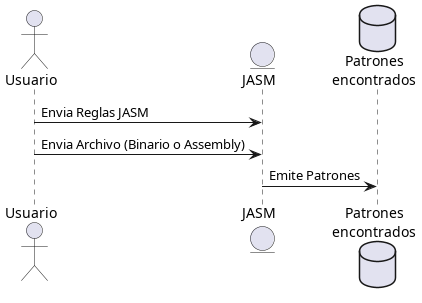
The PlantUML diagram design/communication_diagram/diagrama_comunicacion.png in JukMR/JASM, before a commit.
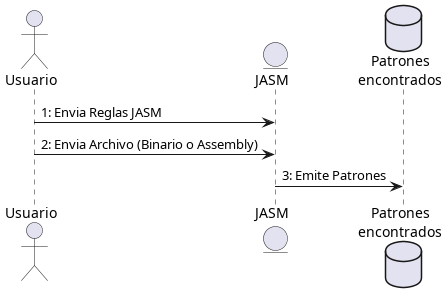
After the commit.

Commit message:
Add numbers to diagram to make it a communication one

The edit, as a diff of the source:
```diff
@@ -1,12 +1,12 @@
-@startuml comunicacion
+@startuml diagrama_comunicacion
 
 actor "Usuario" as user
 
 entity "JASM" as jasm
 database "Patrones\nencontrados" as patterns
 
-user -> jasm : Envia Reglas JASM
-user -> jasm : Envia Archivo (Binario o Assembly)
-jasm -> patterns : Emite Patrones
+user -> jasm : 1: Envia Reglas JASM
+user -> jasm : 2: Envia Archivo (Binario o Assembly)
+jasm -> patterns : 3: Emite Patrones
 
 @enduml
```
